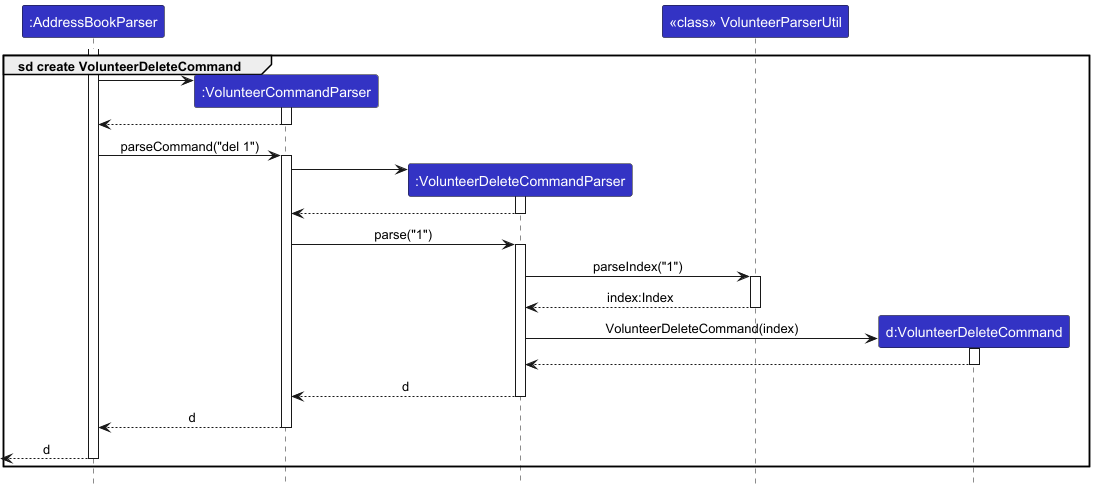
This is docs/images/DeleteVolunteerSequenceDiagramSdFrame.png from nus-cs2103-AY2425S1/tp, a PlantUML export, as it was before one commit.
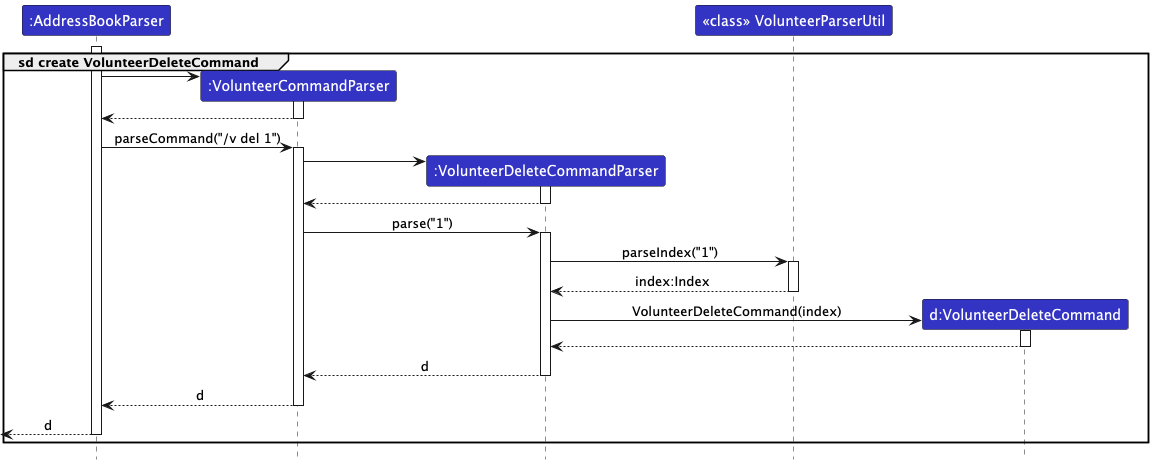
After the change.

Commit message:
Update Sequence Diagram Image

The edit, as a diff of the source:
```diff
@@ -18,7 +18,7 @@
 VolunteerCommandParser --> AddressBookParser
 deactivate VolunteerCommandParser
 
-AddressBookParser -> VolunteerCommandParser : parseCommand("del 1")
+AddressBookParser -> VolunteerCommandParser : parseCommand("/v del 1")
 activate VolunteerCommandParser
 
 
```
